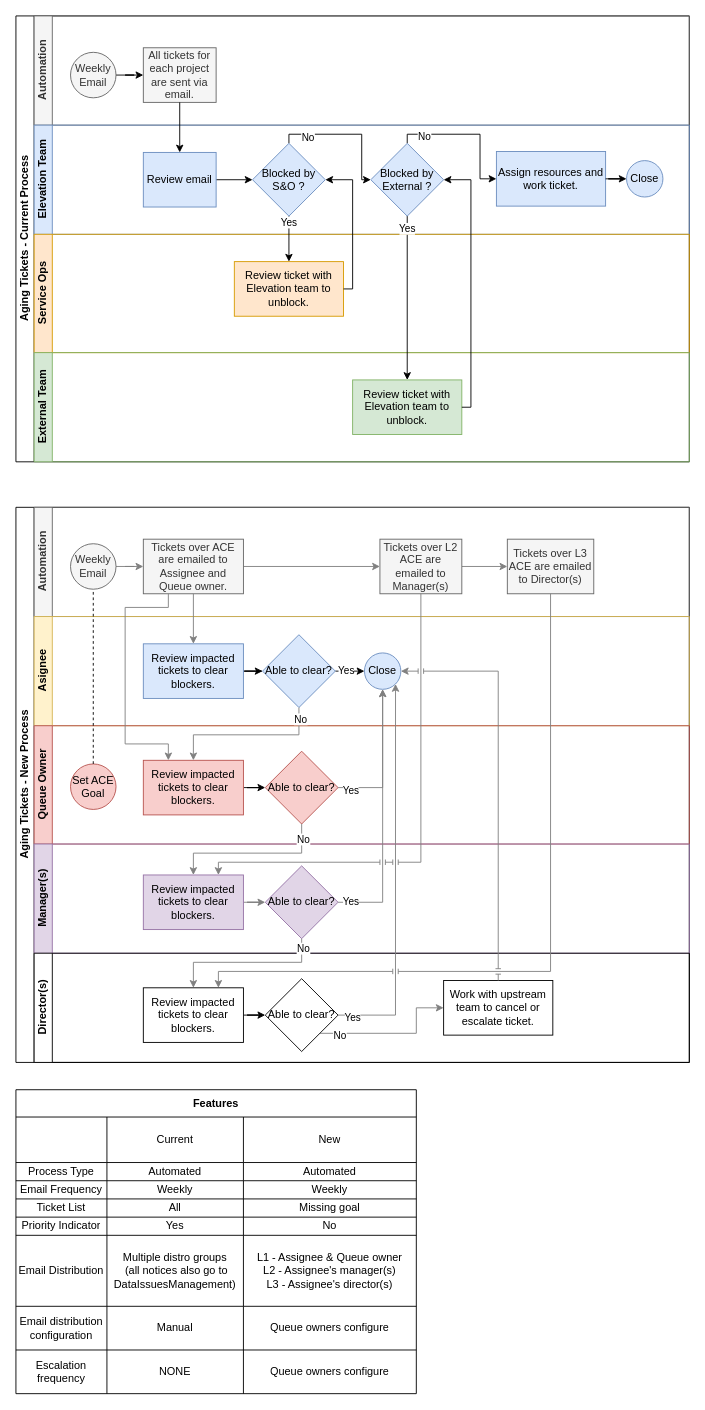
The draw.io diagram Aging Tickets - Current.drawio in c00lc0le/various, before the edit. Source tidied: cells renumbered, new cells numbered last; positions are measured from the earlier drawing's top-left corner, leaving out a move shared by most shapes. Both pictures are drawn from the tidied source at 91%, with x=0, y=0 at pixel (15, 15).
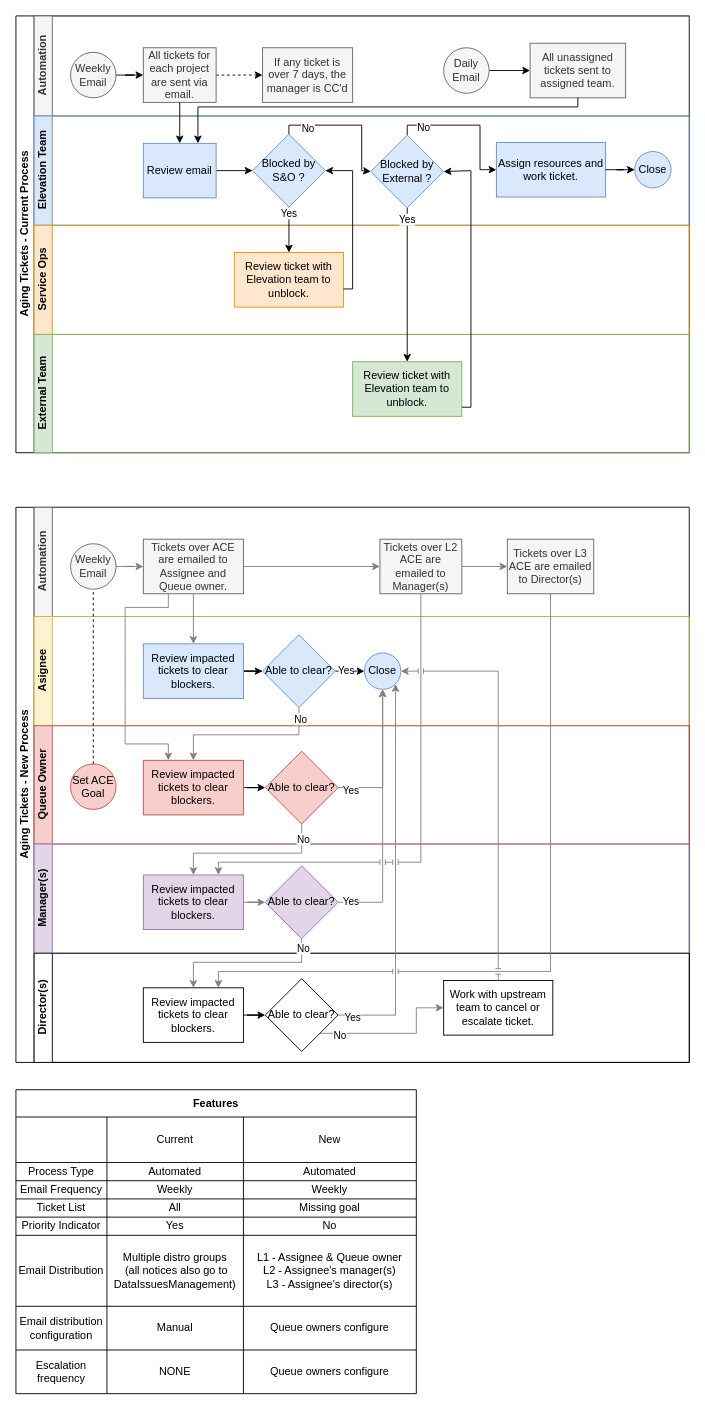
After the change.

Unchanged cells that the change refers to:
```xml
<mxCell id="6" value="All tickets for each project are sent via email." style="rounded=0;whiteSpace=wrap;html=1;fontFamily=Helvetica;fontSize=12;fontColor=#333333;align=center;fillColor=#f5f5f5;strokeColor=#666666;" parent="3" vertex="1">
  <mxGeometry x="120" y="35" width="80" height="60" as="geometry" />
</mxCell>
<mxCell id="9" value="Review email" style="rounded=0;whiteSpace=wrap;html=1;fontFamily=Helvetica;fontSize=12;align=center;fillColor=#dae8fc;strokeColor=#6c8ebf;" parent="7" vertex="1">
  <mxGeometry x="120" y="30" width="80" height="60" as="geometry" />
</mxCell>
<mxCell id="12" value="Blocked by S&amp;amp;O ?" style="rhombus;whiteSpace=wrap;html=1;fontFamily=Helvetica;fontSize=12;align=center;fillColor=#dae8fc;strokeColor=#6c8ebf;" parent="7" vertex="1">
  <mxGeometry x="240" y="20" width="80" height="80" as="geometry" />
</mxCell>
<mxCell id="16" value="Assign resources and work ticket." style="whiteSpace=wrap;html=1;fillColor=#dae8fc;strokeColor=#6c8ebf;" parent="7" vertex="1">
  <mxGeometry x="508" y="29" width="120" height="60" as="geometry" />
</mxCell>
<mxCell id="18" value="Review ticket with Elevation team to unblock." style="whiteSpace=wrap;html=1;fillColor=#ffe6cc;strokeColor=#d79b00;" parent="17" vertex="1">
  <mxGeometry x="220" y="30" width="120" height="60" as="geometry" />
</mxCell>
<mxCell id="20" value="Review ticket with Elevation team to unblock." style="whiteSpace=wrap;html=1;fillColor=#d5e8d4;strokeColor=#82b366;" parent="19" vertex="1">
  <mxGeometry x="350" y="30" width="120" height="60" as="geometry" />
</mxCell>
```

Change to the diagram source:
```diff
@@
     <mxCell id="2" value="Aging Tickets - Current Process" style="swimlane;html=1;horizontal=0;startSize=20;" parent="1" vertex="1">
-      <mxGeometry width="740" height="490" as="geometry" />
+      <mxGeometry width="740" height="480" as="geometry" />
     </mxCell>
     <mxCell id="3" value="Automation" style="swimlane;html=1;startSize=20;horizontal=0;fillColor=#f5f5f5;fontColor=#333333;strokeColor=#666666;" parent="2" vertex="1">
-      <mxGeometry x="20" width="720" height="120" as="geometry" />
+      <mxGeometry x="20" width="720" height="110" as="geometry" />
     </mxCell>
@@
+    <mxCell id="111" style="edgeStyle=orthogonalEdgeStyle;rounded=0;jettySize=auto;html=1;dashed=1;" parent="3" edge="1" source="6" target="112">
+      <mxGeometry relative="1" as="geometry" />
+    </mxCell>
@@
+    <mxCell id="112" value="If any ticket is over 7 days, the manager is CC'd" style="whiteSpace=wrap;html=1;fillColor=#f5f5f5;strokeColor=#666666;fontColor=#333333;rounded=0;" parent="3" vertex="1">
+      <mxGeometry x="251" y="35" width="99" height="60" as="geometry" />
+    </mxCell>
+    <mxCell id="113" style="edgeStyle=orthogonalEdgeStyle;rounded=0;jettySize=auto;html=1;" parent="3" edge="1" source="114" target="115">
+      <mxGeometry relative="1" as="geometry" />
+    </mxCell>
+    <mxCell id="114" value="Daily Email" style="ellipse;whiteSpace=wrap;html=1;fillColor=#f5f5f5;fontColor=#333333;strokeColor=#666666;" parent="3" vertex="1">
+      <mxGeometry x="450" y="35" width="50" height="50" as="geometry" />
+    </mxCell>
+    <mxCell id="115" value="All unassigned tickets sent to assigned team." style="whiteSpace=wrap;html=1;fillColor=#f5f5f5;strokeColor=#666666;fontColor=#333333;" parent="3" vertex="1">
+      <mxGeometry x="545" y="30" width="105" height="60" as="geometry" />
+    </mxCell>
     <mxCell id="7" value="Elevation Team" style="swimlane;html=1;startSize=20;horizontal=0;fillColor=#dae8fc;strokeColor=#6c8ebf;" parent="2" vertex="1">
-      <mxGeometry x="20" y="120" width="720" height="120" as="geometry" />
+      <mxGeometry x="20" y="110" width="720" height="120" as="geometry" />
     </mxCell>
@@
     <mxCell id="15" value="Blocked by External ?" style="rhombus;whiteSpace=wrap;html=1;fontFamily=Helvetica;fontSize=12;align=center;fillColor=#dae8fc;strokeColor=#6c8ebf;" parent="7" vertex="1">
-      <mxGeometry x="370" y="20" width="80" height="80" as="geometry" />
+      <mxGeometry x="370" y="21" width="80" height="80" as="geometry" />
     </mxCell>
@@
+    <mxCell id="28" value="Close" style="ellipse;whiteSpace=wrap;html=1;fillColor=#dae8fc;strokeColor=#6c8ebf;" parent="7" vertex="1">
+      <mxGeometry x="660" y="39" width="40" height="40" as="geometry" />
+    </mxCell>
+    <mxCell id="27" style="edgeStyle=orthogonalEdgeStyle;rounded=0;jettySize=auto;html=1;entryX=0;entryY=0.5;entryDx=0;entryDy=0;" parent="7" edge="1" source="16" target="28">
+      <mxGeometry relative="1" as="geometry" />
+    </mxCell>
     <mxCell id="17" value="Service Ops" style="swimlane;html=1;startSize=20;horizontal=0;fillColor=#ffe6cc;strokeColor=#d79b00;" parent="2" vertex="1">
-      <mxGeometry x="20" y="240" width="720" height="130" as="geometry" />
+      <mxGeometry x="20" y="230" width="720" height="120" as="geometry" />
     </mxCell>
@@
     <mxCell id="19" value="External Team" style="swimlane;html=1;startSize=20;horizontal=0;fillColor=#d5e8d4;strokeColor=#82b366;" parent="2" vertex="1">
-      <mxGeometry x="20" y="370" width="720" height="120" as="geometry" />
+      <mxGeometry x="20" y="350" width="720" height="130" as="geometry" />
     </mxCell>
@@
     <mxCell id="24" style="edgeStyle=orthogonalEdgeStyle;rounded=0;jettySize=auto;html=1;entryX=1;entryY=0.5;entryDx=0;entryDy=0;" parent="2" edge="1" source="20" target="15">
       <mxGeometry relative="1" as="geometry">
         <Array as="points">
           <mxPoint x="500" y="430" />
-          <mxPoint x="500" y="180" />
+          <mxPoint x="500" y="170" />
         </Array>
       </mxGeometry>
     </mxCell>
     <mxCell id="25" style="edgeStyle=orthogonalEdgeStyle;rounded=0;jettySize=auto;html=1;entryX=1;entryY=0.5;entryDx=0;entryDy=0;" parent="2" edge="1" source="18" target="12">
       <mxGeometry relative="1" as="geometry">
         <Array as="points">
           <mxPoint x="370" y="300" />
-          <mxPoint x="370" y="180" />
+          <mxPoint x="370" y="170" />
         </Array>
       </mxGeometry>
     </mxCell>
@@
-    <mxCell id="27" style="edgeStyle=orthogonalEdgeStyle;rounded=0;jettySize=auto;html=1;entryX=0;entryY=0.5;entryDx=0;entryDy=0;" parent="1" edge="1" source="16" target="28">
-      <mxGeometry relative="1" as="geometry" />
-    </mxCell>
-    <mxCell id="28" value="Close" style="ellipse;whiteSpace=wrap;html=1;fillColor=#dae8fc;strokeColor=#6c8ebf;" parent="1" vertex="1">
-      <mxGeometry x="671" y="159" width="40" height="40" as="geometry" />
-    </mxCell>
+    <mxCell id="116" style="edgeStyle=orthogonalEdgeStyle;rounded=0;jettySize=auto;html=1;exitX=0.5;exitY=1;exitDx=0;exitDy=0;entryX=0.75;entryY=0;entryDx=0;entryDy=0;" parent="2" edge="1" source="115" target="9">
+      <mxGeometry relative="1" as="geometry">
+        <Array as="points">
+          <mxPoint x="618" y="100" />
+          <mxPoint x="200" y="100" />
+        </Array>
+      </mxGeometry>
+    </mxCell>
```
